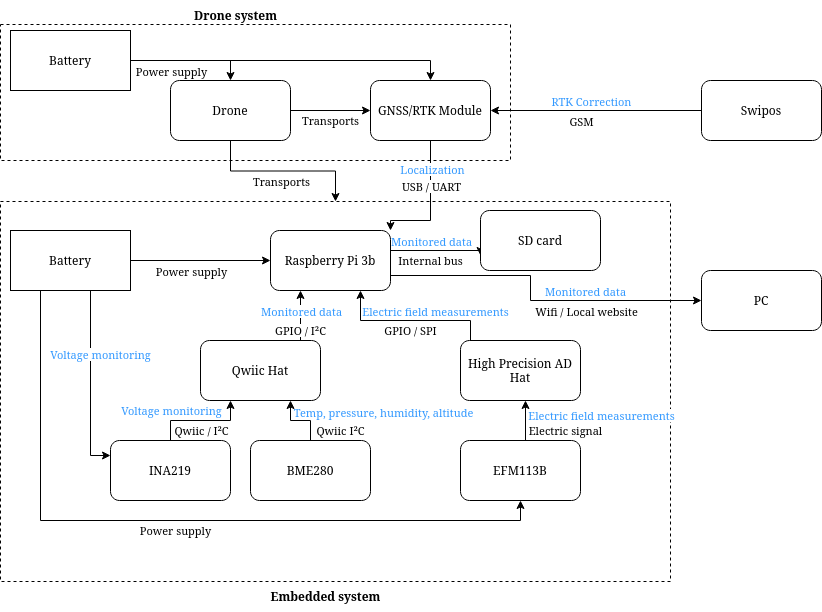
Before: Documentation/Diagrams/220825_BlocDiagram.png, a diagram exported from draw.io (jwgit2/TB_Drone_Electromagnetic). Source tidied: cells renumbered, new cells last; positions are measured from the earlier drawing's top-left corner, leaving out a move shared by most shapes.
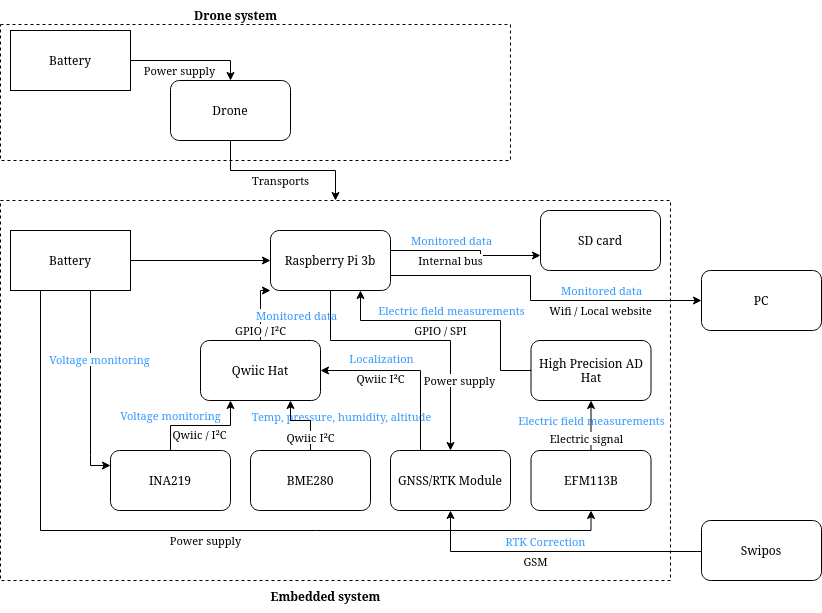
After the change.

The edit, as a diff of the source:
```diff
@@ -6,34 +6,29 @@
       <mxGeometry y="24" width="510" height="136" as="geometry" />
     </mxCell>
     <mxCell id="3" style="rounded=0;whiteSpace=wrap;html=1;fontColor=#3399FF;dashed=1;" parent="1" vertex="1">
-      <mxGeometry y="201" width="670" height="380" as="geometry" />
+      <mxGeometry y="200" width="670" height="380" as="geometry" />
     </mxCell>
-    <mxCell id="4" value="&lt;div&gt;Transports&lt;/div&gt;" style="edgeStyle=orthogonalEdgeStyle;rounded=0;jettySize=auto;html=1;exitX=1;exitY=0.5;exitDx=0;exitDy=0;entryX=0;entryY=0.5;entryDx=0;entryDy=0;" parent="1" edge="1" source="5" target="25">
-      <mxGeometry y="-10" relative="1" as="geometry" />
-    </mxCell>
     <mxCell id="5" value="&lt;div&gt;Drone&lt;/div&gt;" style="rounded=1;whiteSpace=wrap;html=1;" parent="1" vertex="1">
       <mxGeometry x="170" y="80" width="120" height="60" as="geometry" />
     </mxCell>
-    <mxCell id="6" value="GPIO / I²C" style="edgeStyle=orthogonalEdgeStyle;rounded=0;jettySize=auto;html=1;exitX=0.25;exitY=1;exitDx=0;exitDy=0;startArrow=classic;startFill=1;endArrow=none;endFill=0;" parent="1" edge="1" source="17">
-      <mxGeometry x="0.6" relative="1" as="geometry">
-        <mxPoint x="300" y="340" as="targetPoint" />
+    <mxCell id="6" value="GPIO / I²C" style="edgeStyle=orthogonalEdgeStyle;rounded=0;jettySize=auto;html=1;exitX=0;exitY=1;exitDx=0;exitDy=0;startArrow=classic;startFill=1;endArrow=none;endFill=0;entryX=0.5;entryY=0;entryDx=0;entryDy=0;" parent="1" edge="1" source="17" target="41">
+      <mxGeometry x="0.67" relative="1" as="geometry">
         <Array as="points">
-          <mxPoint x="300" y="310" />
-          <mxPoint x="300" y="310" />
+          <mxPoint x="260" y="290" />
         </Array>
       </mxGeometry>
     </mxCell>
     <mxCell id="7" value="&lt;div&gt;GPIO / SPI&lt;/div&gt;" style="edgeStyle=orthogonalEdgeStyle;rounded=0;jettySize=auto;html=1;exitX=0.75;exitY=1;exitDx=0;exitDy=0;startArrow=classic;startFill=1;endArrow=none;endFill=0;" parent="1" edge="1" source="17" target="43">
-      <mxGeometry y="-10" relative="1" as="geometry">
+      <mxGeometry x="-0.12" y="-10" relative="1" as="geometry">
         <Array as="points">
           <mxPoint x="360" y="320" />
-          <mxPoint x="470" y="320" />
+          <mxPoint x="500" y="320" />
+          <mxPoint x="500" y="370" />
         </Array>
       </mxGeometry>
     </mxCell>
-    <mxCell id="8" value="&lt;div&gt;Internal bus&lt;/div&gt;" style="edgeStyle=orthogonalEdgeStyle;rounded=0;jettySize=auto;html=1;exitX=1;exitY=0.5;exitDx=0;exitDy=0;startArrow=none;startFill=0;endArrow=classic;endFill=1;entryX=0;entryY=0.75;entryDx=0;entryDy=0;" parent="1" edge="1" target="46">
-      <mxGeometry x="-0.1" y="-10" relative="1" as="geometry">
-        <mxPoint x="390" y="245" as="sourcePoint" />
+    <mxCell id="8" value="&lt;div&gt;Internal bus&lt;/div&gt;" style="edgeStyle=orthogonalEdgeStyle;rounded=0;jettySize=auto;html=1;exitX=1;exitY=0.25;exitDx=0;exitDy=0;startArrow=none;startFill=0;endArrow=classic;endFill=1;entryX=0;entryY=0.75;entryDx=0;entryDy=0;" parent="1" edge="1" source="17" target="46">
+      <mxGeometry x="-0.19" y="-10" relative="1" as="geometry">
         <Array as="points">
           <mxPoint x="390" y="250" />
           <mxPoint x="480" y="250" />
@@ -43,34 +38,34 @@
     </mxCell>
     <mxCell id="9" value="&lt;div&gt;Monitored data&lt;/div&gt;" style="edgeLabel;html=1;align=center;verticalAlign=middle;fontColor=#3399FF;" parent="8" vertex="1">
       <mxGeometry x="0.35" y="-2" relative="1" as="geometry">
-        <mxPoint x="-23" y="-12" as="offset" />
+        <mxPoint x="-38" y="-17" as="offset" />
       </mxGeometry>
     </mxCell>
     <mxCell id="10" value="&lt;div&gt;Monitored data&lt;/div&gt;" style="edgeLabel;html=1;align=center;verticalAlign=middle;fontColor=#3399FF;" parent="8" vertex="1">
       <mxGeometry x="0.35" y="-2" relative="1" as="geometry">
-        <mxPoint x="131" y="38" as="offset" />
+        <mxPoint x="112" y="33" as="offset" />
       </mxGeometry>
     </mxCell>
-    <mxCell id="11" value="&lt;div&gt;Electric field measurements&lt;/div&gt;" style="edgeLabel;html=1;align=center;verticalAlign=middle;fontColor=#3399FF;" parent="8" vertex="1">
-      <mxGeometry x="0.35" y="-2" relative="1" as="geometry">
-        <mxPoint x="147" y="162" as="offset" />
-      </mxGeometry>
-    </mxCell>
     <mxCell id="12" value="&lt;div&gt;Electric field measurements&lt;/div&gt;" style="edgeLabel;html=1;align=center;verticalAlign=middle;fontColor=#3399FF;" parent="8" vertex="1">
       <mxGeometry x="0.35" y="-2" relative="1" as="geometry">
-        <mxPoint x="-19" y="58" as="offset" />
+        <mxPoint x="-38" y="53" as="offset" />
       </mxGeometry>
     </mxCell>
     <mxCell id="13" value="&lt;div&gt;Monitored data&lt;/div&gt;" style="edgeLabel;html=1;align=center;verticalAlign=middle;fontColor=#3399FF;" parent="8" vertex="1">
       <mxGeometry x="0.35" y="-2" relative="1" as="geometry">
-        <mxPoint x="-153" y="58" as="offset" />
+        <mxPoint x="-193" y="58" as="offset" />
       </mxGeometry>
     </mxCell>
     <mxCell id="14" value="Temp, pressure, humidity, altitude" style="edgeLabel;html=1;align=center;verticalAlign=middle;fontColor=#3399FF;" parent="8" vertex="1">
       <mxGeometry x="0.35" y="-2" relative="1" as="geometry">
-        <mxPoint x="-71" y="159" as="offset" />
+        <mxPoint x="-148" y="159" as="offset" />
       </mxGeometry>
     </mxCell>
+    <mxCell id="11" value="&lt;div&gt;Electric field measurements&lt;/div&gt;" style="edgeLabel;html=1;align=center;verticalAlign=middle;fontColor=#3399FF;" parent="8" vertex="1">
+      <mxGeometry x="0.35" y="-2" relative="1" as="geometry">
+        <mxPoint x="102" y="163" as="offset" />
+      </mxGeometry>
+    </mxCell>
     <mxCell id="15" style="edgeStyle=orthogonalEdgeStyle;rounded=0;jettySize=auto;html=1;exitX=1;exitY=0.75;exitDx=0;exitDy=0;startArrow=none;startFill=0;endArrow=classic;endFill=1;entryX=0;entryY=0.5;entryDx=0;entryDy=0;" parent="1" edge="1" source="17" target="47">
       <mxGeometry relative="1" as="geometry">
         <Array as="points">
@@ -81,9 +76,17 @@
     </mxCell>
     <mxCell id="16" value="Wifi / Local website" style="edgeLabel;html=1;align=center;verticalAlign=middle;" parent="15" vertex="1">
       <mxGeometry x="0.2" relative="1" as="geometry">
-        <mxPoint x="18" y="10" as="offset" />
+        <mxPoint x="33" y="10" as="offset" />
       </mxGeometry>
     </mxCell>
+    <mxCell id="52" style="edgeStyle=orthogonalEdgeStyle;rounded=0;jettySize=auto;html=1;exitX=0.5;exitY=1;exitDx=0;exitDy=0;" parent="1" edge="1" source="17" target="25">
+      <mxGeometry relative="1" as="geometry">
+        <Array as="points">
+          <mxPoint x="330" y="340" />
+          <mxPoint x="450" y="340" />
+        </Array>
+      </mxGeometry>
+    </mxCell>
     <mxCell id="17" value="Raspberry Pi 3b" style="rounded=1;whiteSpace=wrap;html=1;" parent="1" vertex="1">
       <mxGeometry x="270" y="230" width="120" height="60" as="geometry" />
     </mxCell>
@@ -94,36 +97,28 @@
         </Array>
       </mxGeometry>
     </mxCell>
-    <mxCell id="19" style="edgeStyle=orthogonalEdgeStyle;rounded=0;jettySize=auto;html=1;exitX=1;exitY=0.5;exitDx=0;exitDy=0;entryX=0.5;entryY=0;entryDx=0;entryDy=0;" parent="1" edge="1" source="22" target="25">
-      <mxGeometry relative="1" as="geometry" />
-    </mxCell>
-    <mxCell id="20" value="&lt;div&gt;Power supply&lt;/div&gt;" style="edgeLabel;html=1;align=center;verticalAlign=middle;" parent="19" vertex="1">
-      <mxGeometry x="-0.82" y="-5" relative="1" as="geometry">
-        <mxPoint x="12" y="5" as="offset" />
-      </mxGeometry>
-    </mxCell>
-    <mxCell id="21" value="&lt;div&gt;Power supply&lt;/div&gt;" style="edgeLabel;html=1;align=center;verticalAlign=middle;" parent="19" vertex="1">
-      <mxGeometry x="-0.82" y="-5" relative="1" as="geometry">
-        <mxPoint x="32" y="205" as="offset" />
-      </mxGeometry>
-    </mxCell>
+    <mxCell id="53" value="Power supply" style="edgeLabel;html=1;align=center;verticalAlign=middle;" parent="18" vertex="1">
+      <mxGeometry x="0.09" relative="1" as="geometry">
+        <mxPoint x="-16" y="10" as="offset" />
+      </mxGeometry>
+    </mxCell>
+    <mxCell id="54" value="Power supply" style="edgeLabel;html=1;align=center;verticalAlign=middle;" parent="18" vertex="1">
+      <mxGeometry x="0.09" relative="1" as="geometry">
+        <mxPoint x="264" y="320" as="offset" />
+      </mxGeometry>
+    </mxCell>
     <mxCell id="22" value="Battery" style="rounded=0;whiteSpace=wrap;html=1;" parent="1" vertex="1">
       <mxGeometry x="10" y="30" width="120" height="60" as="geometry" />
     </mxCell>
-    <mxCell id="23" style="edgeStyle=orthogonalEdgeStyle;rounded=0;jettySize=auto;html=1;exitX=0.5;exitY=1;exitDx=0;exitDy=0;entryX=1;entryY=0;entryDx=0;entryDy=0;" parent="1" edge="1" source="25" target="17">
+    <mxCell id="23" style="edgeStyle=orthogonalEdgeStyle;rounded=0;jettySize=auto;html=1;exitX=0.25;exitY=1;exitDx=0;exitDy=0;entryX=1;entryY=0.5;entryDx=0;entryDy=0;" parent="1" edge="1" source="25" target="41">
       <mxGeometry relative="1" as="geometry">
         <Array as="points">
-          <mxPoint x="430" y="220" />
+          <mxPoint x="420" y="370" />
         </Array>
       </mxGeometry>
     </mxCell>
-    <mxCell id="24" value="&lt;div&gt;USB / UART&lt;/div&gt;" style="edgeLabel;html=1;align=center;verticalAlign=middle;" parent="23" vertex="1">
-      <mxGeometry x="-0.16" y="-4" relative="1" as="geometry">
-        <mxPoint x="4" y="-10" as="offset" />
-      </mxGeometry>
-    </mxCell>
     <mxCell id="25" value="&lt;div&gt;GNSS/RTK Module&lt;/div&gt;" style="rounded=1;whiteSpace=wrap;html=1;" parent="1" vertex="1">
-      <mxGeometry x="370" y="80" width="120" height="60" as="geometry" />
+      <mxGeometry x="390" y="450" width="120" height="60" as="geometry" />
     </mxCell>
     <mxCell id="26" style="edgeStyle=orthogonalEdgeStyle;rounded=0;jettySize=auto;html=1;exitX=1;exitY=0.5;exitDx=0;exitDy=0;entryX=0;entryY=0.5;entryDx=0;entryDy=0;" parent="1" edge="1" source="28" target="17">
       <mxGeometry relative="1" as="geometry" />
@@ -134,8 +129,12 @@
     <mxCell id="28" value="Battery" style="rounded=0;whiteSpace=wrap;html=1;" parent="1" vertex="1">
       <mxGeometry x="10" y="230" width="120" height="60" as="geometry" />
     </mxCell>
-    <mxCell id="29" style="edgeStyle=orthogonalEdgeStyle;rounded=0;jettySize=auto;html=1;exitX=0;exitY=0.5;exitDx=0;exitDy=0;entryX=1;entryY=0.5;entryDx=0;entryDy=0;" parent="1" edge="1" source="32" target="25">
-      <mxGeometry relative="1" as="geometry" />
+    <mxCell id="29" style="edgeStyle=orthogonalEdgeStyle;rounded=0;jettySize=auto;html=1;exitX=0;exitY=0.5;exitDx=0;exitDy=0;entryX=0.5;entryY=1;entryDx=0;entryDy=0;" parent="1" edge="1" source="32" target="25">
+      <mxGeometry relative="1" as="geometry">
+        <Array as="points">
+          <mxPoint x="450" y="551" />
+        </Array>
+      </mxGeometry>
     </mxCell>
     <mxCell id="30" value="&lt;div&gt;RTK Correction&lt;/div&gt;" style="edgeLabel;html=1;align=center;verticalAlign=middle;fontColor=#3399FF;" parent="29" vertex="1">
       <mxGeometry x="0.14" y="-4" relative="1" as="geometry">
@@ -148,7 +147,7 @@
       </mxGeometry>
     </mxCell>
     <mxCell id="32" value="Swipos" style="rounded=1;whiteSpace=wrap;html=1;" parent="1" vertex="1">
-      <mxGeometry x="701" y="80" width="120" height="60" as="geometry" />
+      <mxGeometry x="701" y="520" width="120" height="60" as="geometry" />
     </mxCell>
     <mxCell id="33" style="edgeStyle=orthogonalEdgeStyle;rounded=0;jettySize=auto;html=1;exitX=0;exitY=0.25;exitDx=0;exitDy=0;startArrow=classic;startFill=1;endArrow=none;endFill=0;" parent="1" edge="1" source="36">
       <mxGeometry relative="1" as="geometry">
@@ -170,7 +169,7 @@
       </mxGeometry>
     </mxCell>
     <mxCell id="36" value="INA219" style="rounded=1;whiteSpace=wrap;html=1;" parent="1" vertex="1">
-      <mxGeometry x="110" y="440" width="120" height="60" as="geometry" />
+      <mxGeometry x="110" y="450" width="120" height="60" as="geometry" />
     </mxCell>
     <mxCell id="37" style="edgeStyle=orthogonalEdgeStyle;rounded=0;jettySize=auto;html=1;exitX=0.25;exitY=1;exitDx=0;exitDy=0;entryX=0.5;entryY=0;entryDx=0;entryDy=0;startArrow=classic;startFill=1;endArrow=none;endFill=0;" parent="1" edge="1" source="41" target="36">
       <mxGeometry relative="1" as="geometry" />
@@ -190,35 +189,34 @@
     </mxCell>
     <mxCell id="40" value="Qwiic I²C" style="edgeLabel;html=1;align=center;verticalAlign=middle;" parent="39" vertex="1">
       <mxGeometry x="0.33" y="-1" relative="1" as="geometry">
-        <mxPoint x="30" y="9" as="offset" />
+        <mxPoint x="1" y="10" as="offset" />
       </mxGeometry>
     </mxCell>
     <mxCell id="41" value="Qwiic Hat" style="rounded=1;whiteSpace=wrap;html=1;" parent="1" vertex="1">
       <mxGeometry x="200" y="340" width="120" height="60" as="geometry" />
     </mxCell>
-    <mxCell id="42" value="&lt;div&gt;Electric signal&lt;/div&gt;" style="edgeStyle=orthogonalEdgeStyle;rounded=0;orthogonalLoop=1;jettySize=auto;html=1;exitX=0.5;exitY=1;exitDx=0;exitDy=0;entryX=0.5;entryY=0;entryDx=0;entryDy=0;startArrow=classic;startFill=1;endArrow=none;endFill=0;" parent="1" edge="1">
-      <mxGeometry x="0.5" y="40" relative="1" as="geometry">
-        <mxPoint x="525" y="400" as="sourcePoint" />
-        <mxPoint x="525" y="440" as="targetPoint" />
+    <mxCell id="42" value="&lt;div&gt;Electric signal&lt;/div&gt;" style="edgeStyle=orthogonalEdgeStyle;rounded=0;jettySize=auto;html=1;exitX=0.5;exitY=1;exitDx=0;exitDy=0;entryX=0.5;entryY=0;entryDx=0;entryDy=0;startArrow=classic;startFill=1;endArrow=none;endFill=0;" parent="1" edge="1" source="43" target="45">
+      <mxGeometry x="0.5" y="-6" relative="1" as="geometry">
+        <mxPoint x="1" as="offset" />
       </mxGeometry>
     </mxCell>
     <mxCell id="43" value="&lt;div&gt;High Precision AD Hat&lt;/div&gt;" style="rounded=1;whiteSpace=wrap;html=1;" parent="1" vertex="1">
-      <mxGeometry x="460" y="340" width="120" height="60" as="geometry" />
+      <mxGeometry x="530.5" y="340" width="120" height="60" as="geometry" />
     </mxCell>
     <mxCell id="44" value="&lt;div&gt;BME280&lt;/div&gt;" style="rounded=1;whiteSpace=wrap;html=1;" parent="1" vertex="1">
-      <mxGeometry x="250" y="440" width="120" height="60" as="geometry" />
+      <mxGeometry x="250" y="450" width="120" height="60" as="geometry" />
     </mxCell>
     <mxCell id="45" value="EFM113B" style="rounded=1;whiteSpace=wrap;html=1;" parent="1" vertex="1">
-      <mxGeometry x="460" y="440" width="120" height="60" as="geometry" />
+      <mxGeometry x="530.5" y="450" width="120" height="60" as="geometry" />
     </mxCell>
     <mxCell id="46" value="&lt;div&gt;SD card &lt;br&gt;&lt;/div&gt;" style="rounded=1;whiteSpace=wrap;html=1;" parent="1" vertex="1">
-      <mxGeometry x="480" y="210" width="120" height="60" as="geometry" />
+      <mxGeometry x="540" y="210" width="120" height="60" as="geometry" />
     </mxCell>
     <mxCell id="47" value="PC" style="rounded=1;whiteSpace=wrap;html=1;" parent="1" vertex="1">
       <mxGeometry x="701" y="270" width="120" height="60" as="geometry" />
     </mxCell>
     <mxCell id="48" value="&lt;div&gt;Localization&lt;/div&gt;" style="edgeLabel;html=1;align=center;verticalAlign=middle;fontColor=#3399FF;" parent="1" vertex="1">
-      <mxGeometry x="430" y="140" as="geometry">
+      <mxGeometry x="380" y="330" as="geometry">
         <mxPoint x="1" y="28" as="offset" />
       </mxGeometry>
     </mxCell>
@@ -233,5 +231,10 @@
         <mxPoint y="1" as="offset" />
       </mxGeometry>
     </mxCell>
+    <mxCell id="55" value="Qwiic I²C" style="edgeLabel;html=1;align=center;verticalAlign=middle;" parent="1" vertex="1">
+      <mxGeometry x="320" y="430" as="geometry">
+        <mxPoint x="60" y="-52" as="offset" />
+      </mxGeometry>
+    </mxCell>
   </root>
 </mxGraphModel>
```
